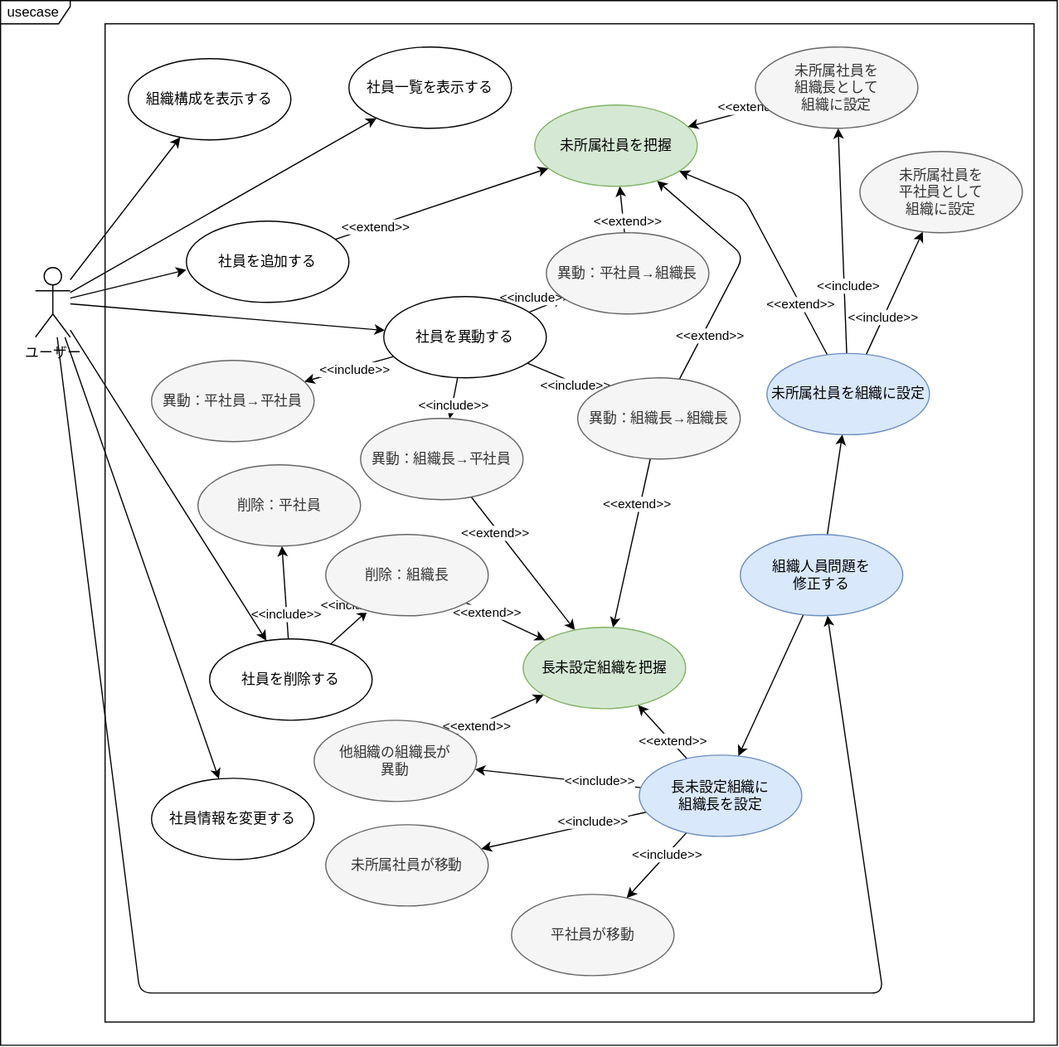
Before: Designs/ユースケース/Usecases.svg, a diagram exported from draw.io (bosssanovar/LightMvvmSample). Source tidied: cells renumbered, new cells last; positions are measured from the earlier drawing's top-left corner, leaving out a move shared by most shapes.
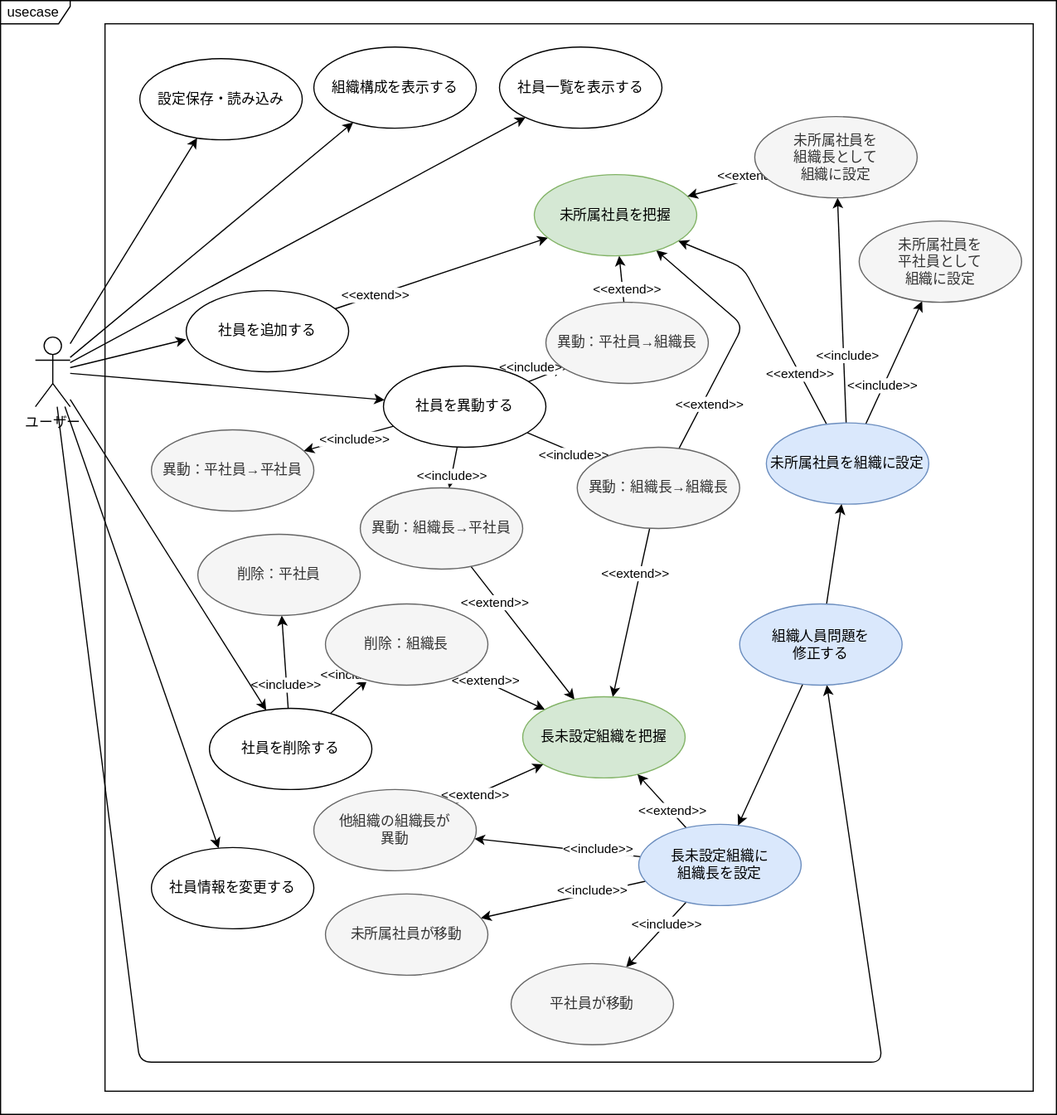
After the commit.

Change to the diagram source:
```diff
@@ -3,10 +3,10 @@
     <mxCell id="0" />
     <mxCell id="1" parent="0" />
     <mxCell id="2" value="usecase&amp;nbsp;" style="shape=umlFrame;whiteSpace=wrap;html=1;width=60;height=20;swimlaneFillColor=#FFFFFF;" parent="1" vertex="1">
-      <mxGeometry width="910" height="900" as="geometry" />
+      <mxGeometry y="-60" width="910" height="960" as="geometry" />
     </mxCell>
     <mxCell id="3" style="rounded=0;whiteSpace=wrap;html=1;" parent="1" vertex="1">
-      <mxGeometry x="90" y="20" width="800" height="860" as="geometry" />
+      <mxGeometry x="90" y="-40" width="800" height="920" as="geometry" />
     </mxCell>
     <mxCell id="4" style="edgeStyle=none;html=1;" parent="1" edge="1" source="6" target="48">
       <mxGeometry relative="1" as="geometry" />
@@ -91,14 +91,17 @@
         </Array>
       </mxGeometry>
     </mxCell>
+    <mxCell id="78" style="edgeStyle=none;html=1;" parent="1" edge="1" source="28" target="79">
+      <mxGeometry relative="1" as="geometry" />
+    </mxCell>
     <mxCell id="28" value="ユーザー" style="shape=umlActor;verticalLabelPosition=bottom;verticalAlign=top;html=1;" parent="1" vertex="1">
       <mxGeometry x="30" y="230" width="30" height="60" as="geometry" />
     </mxCell>
     <mxCell id="29" value="社員一覧を表示する" style="ellipse;whiteSpace=wrap;html=1;" parent="1" vertex="1">
-      <mxGeometry x="300" y="40" width="140" height="70" as="geometry" />
+      <mxGeometry x="430" y="-20" width="140" height="70" as="geometry" />
     </mxCell>
     <mxCell id="30" value="組織構成を表示する" style="ellipse;whiteSpace=wrap;html=1;" parent="1" vertex="1">
-      <mxGeometry x="110" y="50" width="140" height="70" as="geometry" />
+      <mxGeometry x="270" y="-20" width="140" height="70" as="geometry" />
     </mxCell>
     <mxCell id="31" value="異動：平社員→平社員" style="ellipse;whiteSpace=wrap;html=1;fillColor=#f5f5f5;fontColor=#333333;strokeColor=#666666;" parent="1" vertex="1">
       <mxGeometry x="130" y="310" width="140" height="70" as="geometry" />
@@ -251,5 +254,8 @@
     <mxCell id="77" value="組織人員問題を&lt;br&gt;修正する" style="ellipse;whiteSpace=wrap;html=1;fillColor=#dae8fc;strokeColor=#6c8ebf;" parent="1" vertex="1">
       <mxGeometry x="637" y="460" width="140" height="70" as="geometry" />
     </mxCell>
+    <mxCell id="79" value="設定保存・読み込み" style="ellipse;whiteSpace=wrap;html=1;" parent="1" vertex="1">
+      <mxGeometry x="120" y="-10" width="140" height="70" as="geometry" />
+    </mxCell>
   </root>
 </mxGraphModel>
```
